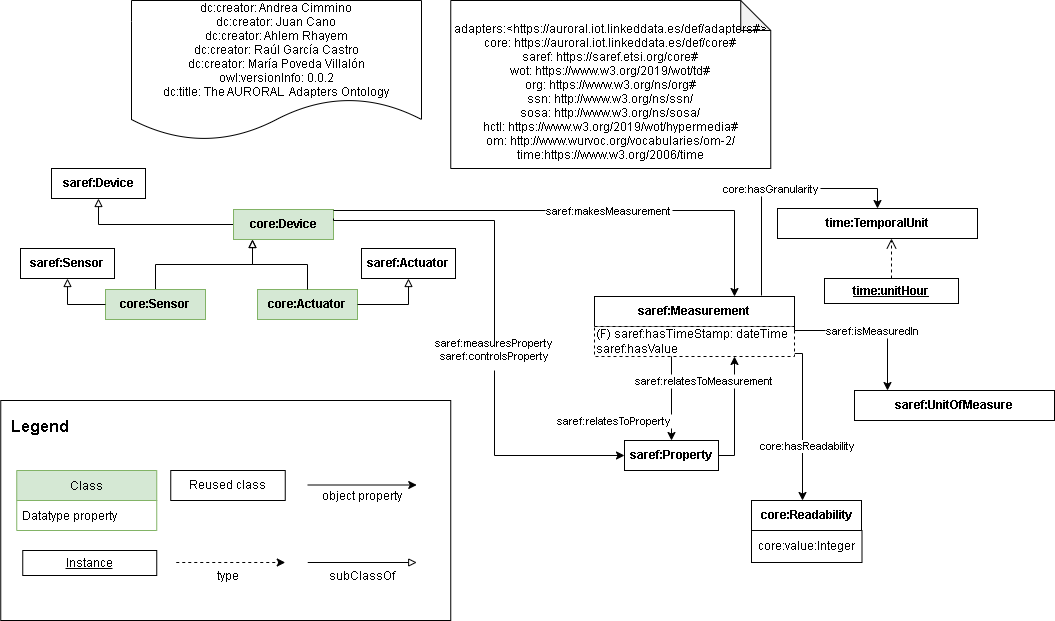
Earlier version of the draw.io export Diagrams/adapters-general.png (oeg-upm/auroral-adapters-ontology). Source tidied: cells renumbered, new cells last; positions are measured from the earlier drawing's top-left corner, leaving out a move shared by most shapes.
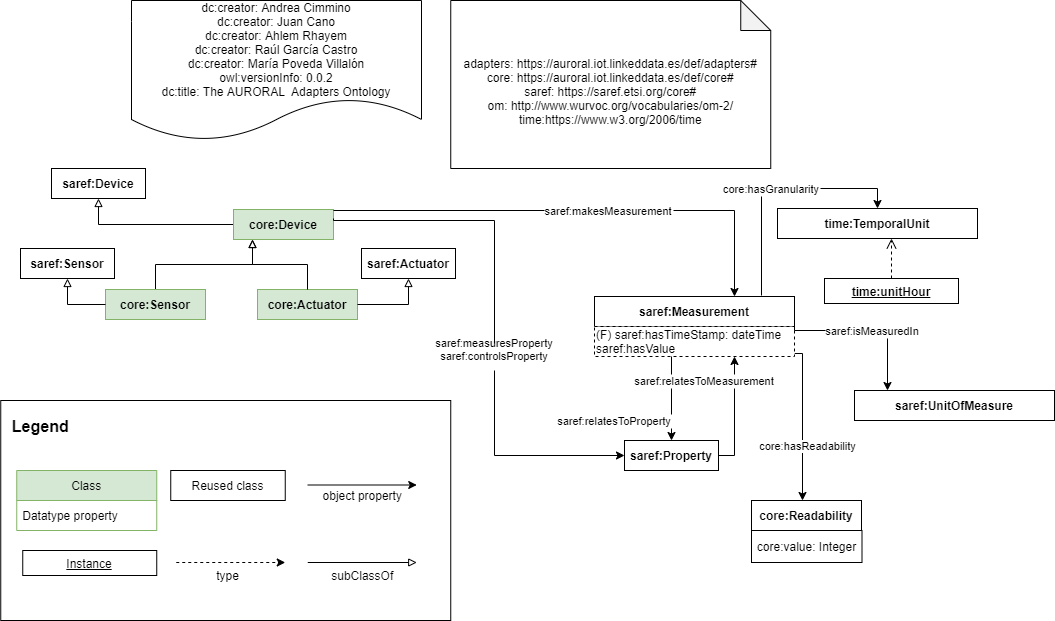
After the commit.

Diff of the diagram source:
```diff
@@ -5,7 +5,7 @@
     <mxCell id="2" value="dc:creator: Andrea Cimmino&#10;dc:creator: Juan Cano&#10;dc:creator: Ahlem Rhayem&#10;dc:creator: Raúl García Castro&#10;dc:creator: María Poveda Villalón&#10;owl:versionInfo: 0.0.2&#10;dc:title: The AURORAL  Adapters Ontology" style="shape=document;boundedLbl=1;" parent="1" vertex="1">
       <mxGeometry x="131" width="290" height="140" as="geometry" />
     </mxCell>
-    <mxCell id="3" value="&#10;adapters:&lt;https://auroral.iot.linkeddata.es/def/adapters#&gt;&#10;core: https://auroral.iot.linkeddata.es/def/core#&#10;saref: https://saref.etsi.org/core#&#10;wot: https://www.w3.org/2019/wot/td#&#10;org: https://www.w3.org/ns/org#&#10;ssn: http://www.w3.org/ns/ssn/&#10;sosa: http://www.w3.org/ns/sosa/&#10;hctl: https://www.w3.org/2019/wot/hypermedia#&#10;om: http://www.wurvoc.org/vocabularies/om-2/&#10;time:https://www.w3.org/2006/time" style="shape=note;backgroundOutline=1;darkOpacity=0.05;" parent="1" vertex="1">
+    <mxCell id="3" value="&#10;adapters: https://auroral.iot.linkeddata.es/def/adapters#&#10;core: https://auroral.iot.linkeddata.es/def/core#&#10;saref: https://saref.etsi.org/core#&#10;om: http://www.wurvoc.org/vocabularies/om-2/&#10;time:https://www.w3.org/2006/time" style="shape=note;backgroundOutline=1;darkOpacity=0.05;" parent="1" vertex="1">
       <mxGeometry x="450.2" width="320" height="168" as="geometry" />
     </mxCell>
     <mxCell id="4" value="&lt;b&gt;saref:Device&lt;/b&gt;" style="rounded=0;whiteSpace=wrap;html=1;" parent="1" vertex="1">
@@ -187,7 +187,7 @@
     <mxCell id="42" value="&lt;b&gt;core:Readability&lt;/b&gt;" style="rounded=0;whiteSpace=wrap;html=1;points=[[0.1,0],[0.2,0],[0.3,0],[0.4,0],[0.5,0],[0.6,0],[0.7,0],[0.8,0],[0.9,0],[0,0.1],[0,0.3],[0,0.5],[0,0.7],[0,0.9],[0.1,1],[0.2,1],[0.3,1],[0.4,1],[0.5,1],[0.6,1],[0.7,1],[0.8,1],[0.9,1],[1,0.1],[1,0.3],[1,0.5],[1,0.7],[1,0.9]];" parent="1" vertex="1">
       <mxGeometry x="751" y="500" width="110" height="30" as="geometry" />
     </mxCell>
-    <mxCell id="43" value="core:value:Integer" style="rounded=0;whiteSpace=wrap;html=1;" parent="1" vertex="1">
+    <mxCell id="43" value="core:value: Integer" style="rounded=0;whiteSpace=wrap;html=1;" parent="1" vertex="1">
       <mxGeometry x="751" y="530" width="110.5" height="32" as="geometry" />
     </mxCell>
   </root>
```
